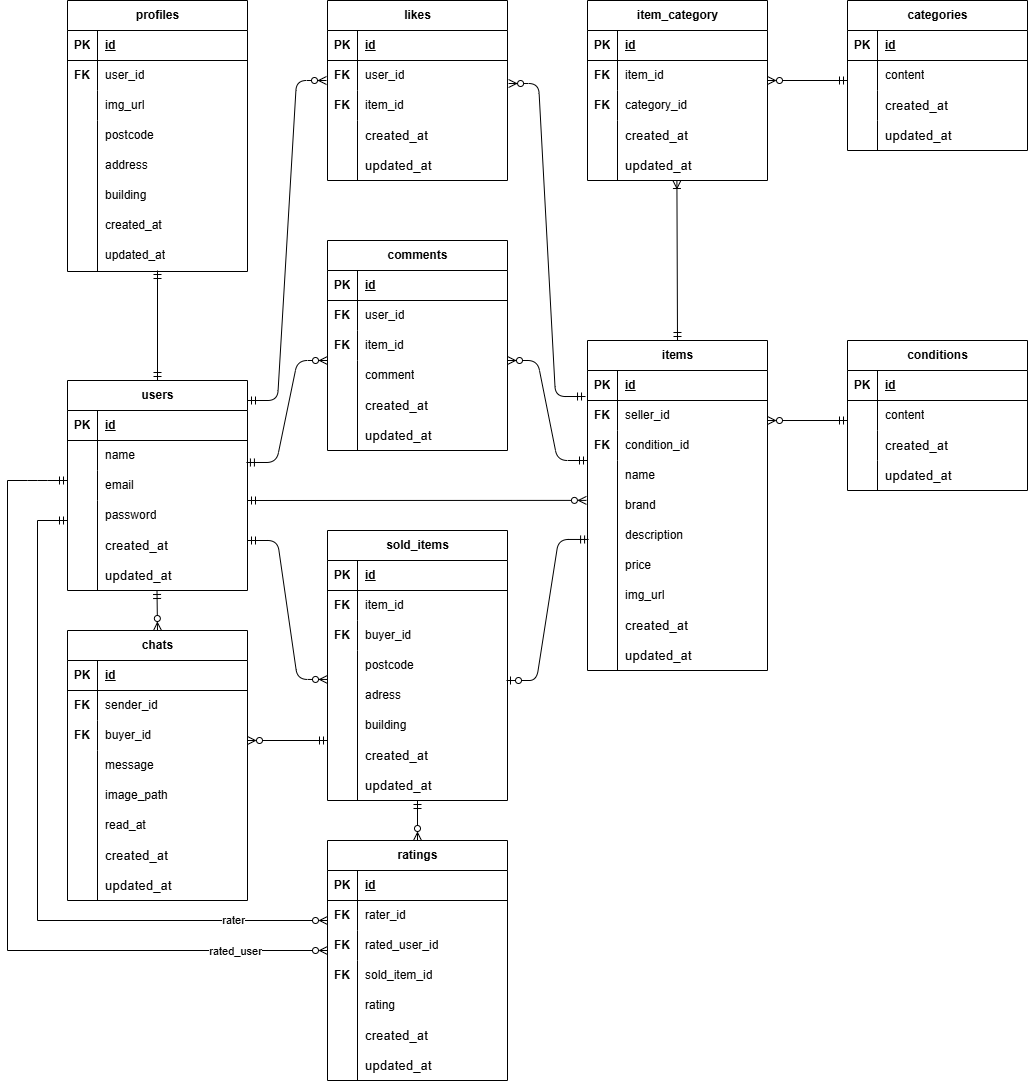
Earlier version of the draw.io export ER.drawio.png (yoshi-bell/coachtech-fleamarket). Source tidied: cells renumbered, new cells last; positions are measured from the earlier drawing's top-left corner, leaving out a move shared by most shapes.
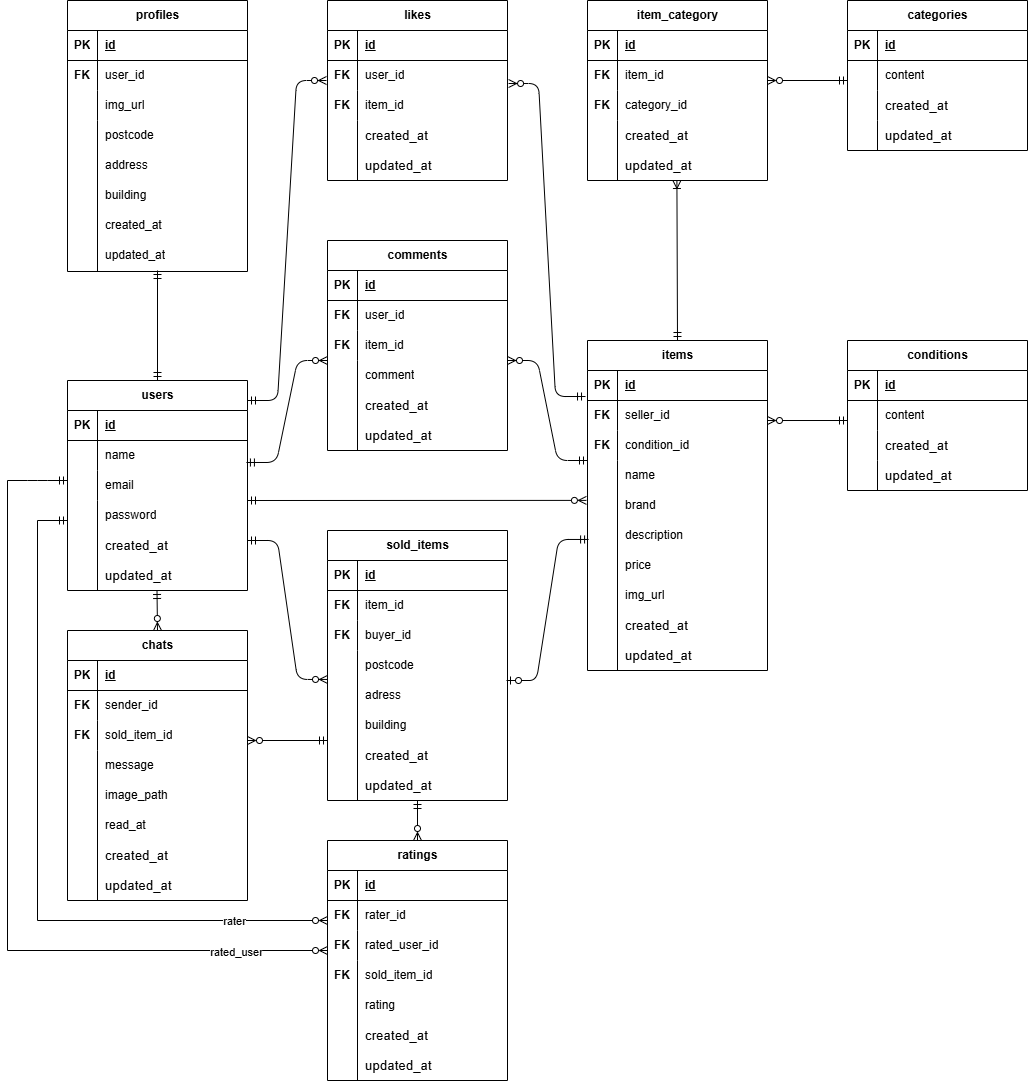
Later version of the same file.

The edit, as a diff of the source:
```diff
@@ -635,7 +635,7 @@
     <mxCell id="197" style="shape=partialRectangle;fillColor=none;top=0;left=0;bottom=0;right=0;align=left;spacingLeft=6;overflow=hidden;whiteSpace=wrap;html=1;" parent="195" vertex="1">
       <mxGeometry x="30" width="150" height="150" as="geometry" />
     </mxCell>
-    <mxCell id="198" value="buyer_id" style="shape=partialRectangle;fillColor=none;top=0;left=0;bottom=0;right=0;align=left;spacingLeft=6;overflow=hidden;whiteSpace=wrap;html=1;" parent="1" vertex="1">
+    <mxCell id="198" value="sold_item_id" style="shape=partialRectangle;fillColor=none;top=0;left=0;bottom=0;right=0;align=left;spacingLeft=6;overflow=hidden;whiteSpace=wrap;html=1;" parent="1" vertex="1">
       <mxGeometry x="90" y="720" width="150" height="30" as="geometry" />
     </mxCell>
     <mxCell id="199" value="&lt;span style=&quot;color: rgb(0, 0, 0); font-size: 10pt; font-family: Arial;&quot;&gt;updated_at&lt;/span&gt;" style="shape=partialRectangle;fillColor=none;top=0;left=0;bottom=0;right=0;align=left;spacingLeft=6;overflow=hidden;whiteSpace=wrap;html=1;" parent="1" vertex="1">
```
